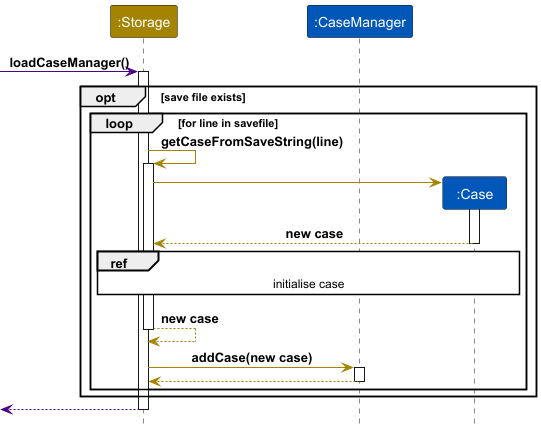
The PlantUML diagram docs/images/SequenceDiagramFileLoad.png in zhengjie2002/tp, before a commit.
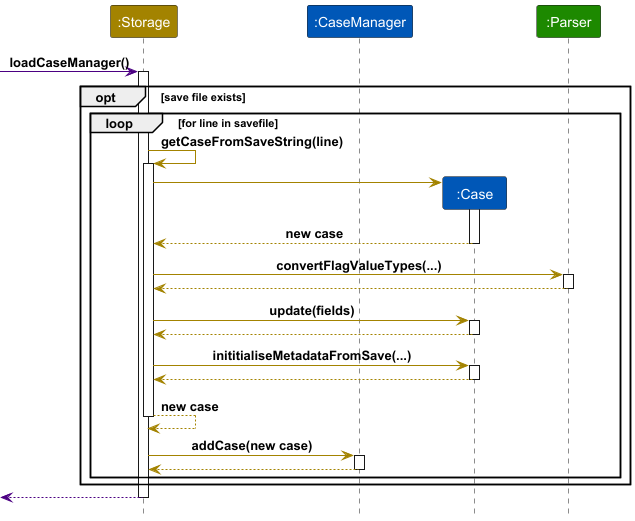
Later version of the same file.

Commit message:
Fix sequence diagrams after change

Change to the diagram source:
```diff
@@ -6,7 +6,7 @@
 participant ":Storage" as S STORAGE_COLOR
 participant ":CaseManager" as CM CASEFILE_COLOR
 participant ":Case" as C CASEFILE_COLOR
-
+participant ":Parser" as P UI_COLOR
 -[MAIN_COLOR]> S : loadCaseManager()
 
 opt save file exists
@@ -15,7 +15,13 @@
         create C
         S -[STORAGE_COLOR]> C
         return new case
-        ref over S, C : initialise case
+        S -[STORAGE_COLOR]> P : convertFlagValueTypes(...)
+        return
+        S -[STORAGE_COLOR]> C : update(fields)
+        return
+        S -[STORAGE_COLOR]> C : inititialiseMetadataFromSave(...)
+        return
+
         return new case
         S -[STORAGE_COLOR]> CM : addCase(new case)
         return
```
